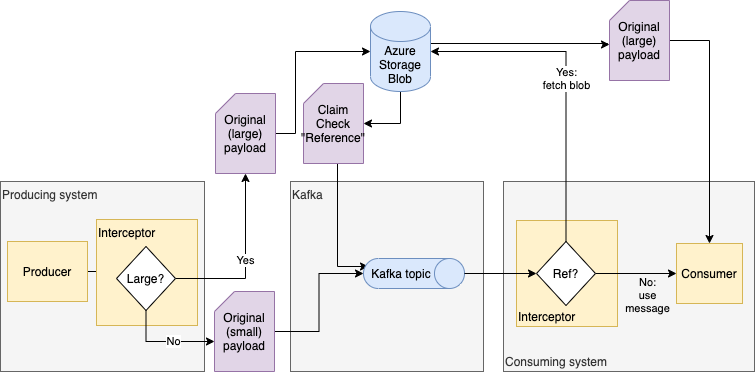
This is docs/claim-check-blob.png from irori-ab/claim-check-interceptors, a draw.io export, as it was before one commit. Source tidied: cells renumbered, new cells last; positions are measured from the earlier drawing's top-left corner, leaving out a move shared by most shapes.
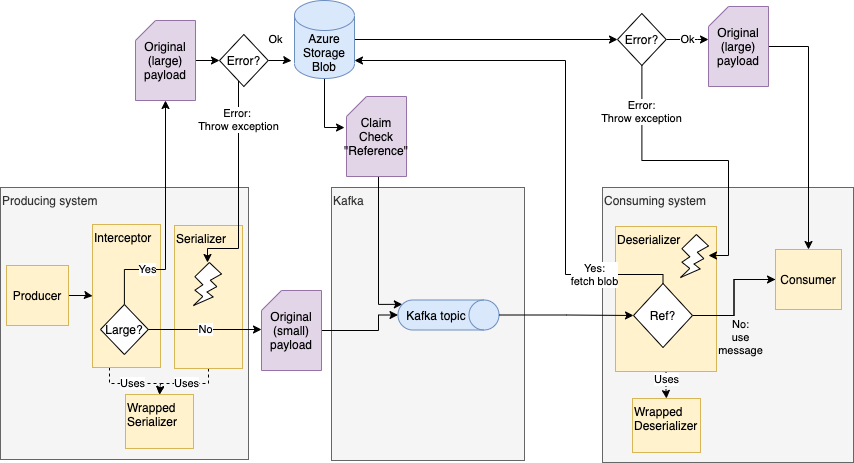
Later version of the same file.

Change to the diagram source:
```diff
@@ -3,113 +3,188 @@
     <mxCell id="0" />
     <mxCell id="1" parent="0" />
     <mxCell id="2" value="Kafka" style="rounded=0;whiteSpace=wrap;html=1;verticalAlign=top;align=left;fillColor=#f5f5f5;strokeColor=#666666;fontColor=#333333;" parent="1" vertex="1">
-      <mxGeometry x="290" y="181" width="193" height="190" as="geometry" />
+      <mxGeometry x="331" y="181" width="193" height="273" as="geometry" />
     </mxCell>
     <mxCell id="3" value="Producing system" style="rounded=0;whiteSpace=wrap;html=1;verticalAlign=top;align=left;fillColor=#f5f5f5;strokeColor=#666666;fontColor=#333333;" parent="1" vertex="1">
-      <mxGeometry y="181" width="204" height="190" as="geometry" />
+      <mxGeometry y="181" width="248" height="272" as="geometry" />
     </mxCell>
-    <mxCell id="4" value="Consuming system" style="rounded=0;whiteSpace=wrap;html=1;verticalAlign=bottom;align=left;fillColor=#f5f5f5;strokeColor=#666666;fontColor=#333333;" parent="1" vertex="1">
-      <mxGeometry x="503" y="181" width="251" height="190" as="geometry" />
+    <mxCell id="4" value="Consuming system" style="rounded=0;whiteSpace=wrap;html=1;verticalAlign=top;align=left;fillColor=#f5f5f5;strokeColor=#666666;fontColor=#333333;" parent="1" vertex="1">
+      <mxGeometry x="602" y="181" width="251" height="275" as="geometry" />
     </mxCell>
-    <mxCell id="5" style="edgeStyle=orthogonalEdgeStyle;rounded=0;jettySize=auto;html=1;entryX=0;entryY=0.55;entryDx=0;entryDy=0;entryPerimeter=0;endArrow=classic;endFill=1;" parent="1" edge="1" source="7" target="23">
-      <mxGeometry relative="1" as="geometry">
-        <Array as="points">
-          <mxPoint x="607" y="43" />
-          <mxPoint x="607" y="44" />
-        </Array>
-      </mxGeometry>
-    </mxCell>
+    <mxCell id="29" style="edgeStyle=orthogonalEdgeStyle;rounded=0;jettySize=auto;html=1;entryX=0;entryY=0.5;entryDx=0;entryDy=0;" parent="1" edge="1" source="7" target="45">
+      <mxGeometry relative="1" as="geometry" />
+    </mxCell>
-    <mxCell id="6" style="edgeStyle=orthogonalEdgeStyle;rounded=0;jettySize=auto;html=1;labelBackgroundColor=none;endArrow=classic;endFill=1;" parent="1" edge="1" source="7" target="14">
+    <mxCell id="6" style="edgeStyle=orthogonalEdgeStyle;rounded=0;jettySize=auto;html=1;entryX=-0.033;entryY=0.388;entryDx=0;entryDy=0;entryPerimeter=0;" parent="1" edge="1" source="7" target="14">
       <mxGeometry relative="1" as="geometry">
         <Array as="points">
-          <mxPoint x="400" y="123" />
+          <mxPoint x="324" y="121" />
         </Array>
       </mxGeometry>
     </mxCell>
     <mxCell id="7" value="Azure Storage Blob" style="shape=cylinder3;whiteSpace=wrap;html=1;boundedLbl=1;backgroundOutline=1;size=15;align=center;fillColor=#dae8fc;strokeColor=#6c8ebf;" parent="1" vertex="1">
-      <mxGeometry x="370" y="11" width="60" height="80" as="geometry" />
+      <mxGeometry x="294" y="-6" width="60" height="78" as="geometry" />
     </mxCell>
     <mxCell id="8" style="edgeStyle=orthogonalEdgeStyle;rounded=0;jettySize=auto;html=1;" parent="1" edge="1" source="9" target="10">
       <mxGeometry relative="1" as="geometry" />
     </mxCell>
     <mxCell id="9" value="Producer" style="rounded=0;whiteSpace=wrap;html=1;align=center;fillColor=#fff2cc;strokeColor=#d6b656;" parent="1" vertex="1">
-      <mxGeometry x="7" y="241" width="80" height="60" as="geometry" />
+      <mxGeometry x="6" y="259" width="62" height="60" as="geometry" />
     </mxCell>
+    <mxCell id="30" value="Uses" style="edgeStyle=orthogonalEdgeStyle;rounded=0;jettySize=auto;html=1;entryX=0.5;entryY=0;entryDx=0;entryDy=0;exitX=0.25;exitY=1;exitDx=0;exitDy=0;dashed=1;" parent="1" edge="1" source="10" target="36">
+      <mxGeometry relative="1" as="geometry">
+        <Array as="points">
+          <mxPoint x="109" y="377" />
+          <mxPoint x="160" y="377" />
+        </Array>
+      </mxGeometry>
+    </mxCell>
     <mxCell id="10" value="Interceptor" style="rounded=0;whiteSpace=wrap;html=1;align=left;fillColor=#fff2cc;strokeColor=#d6b656;verticalAlign=top;" parent="1" vertex="1">
-      <mxGeometry x="96" y="219" width="101" height="106" as="geometry" />
+      <mxGeometry x="92" y="218" width="68" height="143" as="geometry" />
     </mxCell>
-    <mxCell id="11" style="edgeStyle=orthogonalEdgeStyle;rounded=0;jettySize=auto;html=1;entryX=0;entryY=0.5;entryDx=0;entryDy=0;entryPerimeter=0;" parent="1" edge="1" source="12" target="7">
-      <mxGeometry relative="1" as="geometry">
-        <Array as="points">
-          <mxPoint x="295" y="133" />
-          <mxPoint x="295" y="51" />
-        </Array>
-      </mxGeometry>
-    </mxCell>
+    <mxCell id="31" style="edgeStyle=orthogonalEdgeStyle;rounded=0;jettySize=auto;html=1;entryX=0;entryY=0.5;entryDx=0;entryDy=0;" parent="1" edge="1" source="12" target="40">
+      <mxGeometry relative="1" as="geometry" />
+    </mxCell>
     <mxCell id="12" value="Original&lt;br&gt;(large) payload" style="shape=card;whiteSpace=wrap;html=1;align=center;size=20;fillColor=#e1d5e7;strokeColor=#9673a6;" parent="1" vertex="1">
-      <mxGeometry x="215" y="93" width="60" height="80" as="geometry" />
+      <mxGeometry x="135" y="14" width="60" height="80" as="geometry" />
     </mxCell>
-    <mxCell id="13" style="edgeStyle=orthogonalEdgeStyle;rounded=0;jettySize=auto;html=1;" parent="1" edge="1" source="14">
+    <mxCell id="13" style="edgeStyle=orthogonalEdgeStyle;rounded=0;jettySize=auto;html=1;entryX=0.145;entryY=1;entryDx=0;entryDy=-4.35;entryPerimeter=0;" parent="1" edge="1" source="14" target="16">
       <mxGeometry relative="1" as="geometry">
-        <mxPoint x="368" y="266" as="targetPoint" />
         <Array as="points">
-          <mxPoint x="337" y="266" />
-          <mxPoint x="363" y="266" />
+          <mxPoint x="378" y="298" />
         </Array>
       </mxGeometry>
     </mxCell>
     <mxCell id="14" value="Claim Check&lt;br&gt;&quot;Reference&quot;" style="shape=card;whiteSpace=wrap;html=1;align=center;size=20;fillColor=#e1d5e7;strokeColor=#9673a6;" parent="1" vertex="1">
-      <mxGeometry x="303" y="83" width="60" height="80" as="geometry" />
+      <mxGeometry x="346" y="90" width="60" height="80" as="geometry" />
     </mxCell>
+    <mxCell id="32" style="edgeStyle=orthogonalEdgeStyle;rounded=0;jettySize=auto;html=1;" parent="1" edge="1" source="15" target="26">
+      <mxGeometry relative="1" as="geometry" />
+    </mxCell>
     <mxCell id="15" value="Consumer" style="rounded=0;whiteSpace=wrap;html=1;align=center;fillColor=#fff2cc;strokeColor=#d6b656;" parent="1" vertex="1">
-      <mxGeometry x="676" y="243" width="66" height="60" as="geometry" />
+      <mxGeometry x="775" y="243" width="66" height="60" as="geometry" />
     </mxCell>
     <mxCell id="16" value="Kafka topic" style="shape=cylinder3;whiteSpace=wrap;html=1;boundedLbl=1;backgroundOutline=1;size=15;align=center;rotation=90;horizontal=0;fillColor=#dae8fc;strokeColor=#6c8ebf;" parent="1" vertex="1">
-      <mxGeometry x="398.5" y="222.5" width="30" height="101" as="geometry" />
+      <mxGeometry x="433" y="258" width="30" height="101" as="geometry" />
     </mxCell>
     <mxCell id="17" style="edgeStyle=orthogonalEdgeStyle;rounded=0;jettySize=auto;html=1;entryX=0.5;entryY=1;entryDx=0;entryDy=0;entryPerimeter=0;" parent="1" edge="1" source="18" target="16">
-      <mxGeometry relative="1" as="geometry" />
+      <mxGeometry relative="1" as="geometry">
+        <Array as="points">
+          <mxPoint x="378" y="324" />
+          <mxPoint x="378" y="309" />
+        </Array>
+      </mxGeometry>
     </mxCell>
     <mxCell id="18" value="Original&lt;br&gt;(small) payload" style="shape=card;whiteSpace=wrap;html=1;align=center;size=20;fillColor=#e1d5e7;strokeColor=#9673a6;" parent="1" vertex="1">
-      <mxGeometry x="214" y="291" width="60" height="80" as="geometry" />
+      <mxGeometry x="261" y="284" width="60" height="80" as="geometry" />
     </mxCell>
-    <mxCell id="19" value="No" style="edgeStyle=orthogonalEdgeStyle;rounded=0;jettySize=auto;html=1;entryX=0;entryY=0;entryDx=0;entryDy=50;entryPerimeter=0;" parent="1" edge="1" source="21" target="18">
-      <mxGeometry x="0.16" relative="1" as="geometry">
-        <Array as="points">
-          <mxPoint x="146" y="341" />
-        </Array>
-      </mxGeometry>
-    </mxCell>
     <mxCell id="20" value="Yes" style="edgeStyle=orthogonalEdgeStyle;rounded=0;jettySize=auto;html=1;entryX=0.5;entryY=1;entryDx=0;entryDy=0;entryPerimeter=0;" parent="1" edge="1" source="21" target="12">
-      <mxGeometry relative="1" as="geometry" />
+      <mxGeometry x="-0.52" relative="1" as="geometry">
+        <Array as="points">
+          <mxPoint x="124" y="263" />
+          <mxPoint x="165" y="263" />
+        </Array>
+      </mxGeometry>
     </mxCell>
     <mxCell id="21" value="Large?" style="rhombus;whiteSpace=wrap;html=1;" parent="1" vertex="1">
-      <mxGeometry x="116" y="246" width="59" height="64" as="geometry" />
+      <mxGeometry x="100" y="298" width="47.8" height="50" as="geometry" />
     </mxCell>
     <mxCell id="22" style="edgeStyle=orthogonalEdgeStyle;rounded=0;jettySize=auto;html=1;labelBackgroundColor=none;endArrow=classic;endFill=1;" parent="1" edge="1" source="23" target="15">
       <mxGeometry relative="1" as="geometry" />
     </mxCell>
     <mxCell id="23" value="Original&lt;br&gt;(large) payload" style="shape=card;whiteSpace=wrap;html=1;align=center;size=20;fillColor=#e1d5e7;strokeColor=#9673a6;" parent="1" vertex="1">
-      <mxGeometry x="609" width="60" height="80" as="geometry" />
+      <mxGeometry x="708" width="60" height="80" as="geometry" />
     </mxCell>
+    <mxCell id="33" value="Uses" style="edgeStyle=orthogonalEdgeStyle;rounded=0;jettySize=auto;html=1;entryX=0.5;entryY=0;entryDx=0;entryDy=0;dashed=1;" parent="1" edge="1" source="24" target="37">
+      <mxGeometry x="-0.42" relative="1" as="geometry" />
+    </mxCell>
-    <mxCell id="24" value="Interceptor" style="rounded=0;whiteSpace=wrap;html=1;align=left;fillColor=#fff2cc;strokeColor=#d6b656;verticalAlign=bottom;" parent="1" vertex="1">
-      <mxGeometry x="516" y="220" width="101" height="106" as="geometry" />
+    <mxCell id="24" value="Deserializer" style="rounded=0;whiteSpace=wrap;html=1;align=left;fillColor=#fff2cc;strokeColor=#d6b656;verticalAlign=top;" parent="1" vertex="1">
+      <mxGeometry x="615" y="220" width="101" height="145" as="geometry" />
     </mxCell>
     <mxCell id="25" value="No:&lt;br&gt;use&lt;br&gt;message" style="edgeStyle=orthogonalEdgeStyle;rounded=0;jettySize=auto;html=1;endArrow=classic;endFill=1;labelBackgroundColor=none;" parent="1" edge="1" source="26" target="15">
-      <mxGeometry x="0.28" y="-22" relative="1" as="geometry" />
+      <mxGeometry x="-0.3" y="-22" relative="1" as="geometry">
+        <mxPoint x="-16" y="22" as="offset" />
+      </mxGeometry>
     </mxCell>
     <mxCell id="26" value="Ref?" style="rhombus;whiteSpace=wrap;html=1;" parent="1" vertex="1">
-      <mxGeometry x="536" y="241" width="59" height="64" as="geometry" />
+      <mxGeometry x="633" y="277" width="59" height="64" as="geometry" />
     </mxCell>
-    <mxCell id="27" value="Yes:&lt;br&gt;fetch blob" style="edgeStyle=orthogonalEdgeStyle;rounded=0;jettySize=auto;html=1;entryX=1;entryY=0.5;entryDx=0;entryDy=0;entryPerimeter=0;endArrow=classic;endFill=1;exitX=0.5;exitY=0;exitDx=0;exitDy=0;" parent="1" edge="1" source="26" target="7">
-      <mxGeometry relative="1" as="geometry">
+    <mxCell id="27" value="Yes:&lt;br&gt;fetch blob" style="edgeStyle=orthogonalEdgeStyle;rounded=0;jettySize=auto;html=1;endArrow=classic;endFill=1;exitX=0.5;exitY=0;exitDx=0;exitDy=0;" parent="1" edge="1" source="26">
+      <mxGeometry x="-0.7" relative="1" as="geometry">
+        <mxPoint x="354" y="54" as="targetPoint" />
         <Array as="points">
-          <mxPoint x="565" y="51" />
+          <mxPoint x="663" y="268" />
+          <mxPoint x="565" y="268" />
+          <mxPoint x="565" y="54" />
         </Array>
+        <mxPoint x="1" as="offset" />
       </mxGeometry>
     </mxCell>
     <mxCell id="28" style="edgeStyle=orthogonalEdgeStyle;rounded=0;jettySize=auto;html=1;entryX=0;entryY=0.5;entryDx=0;entryDy=0;" parent="1" edge="1" source="16" target="26">
       <mxGeometry relative="1" as="geometry" />
     </mxCell>
+    <mxCell id="34" value="Uses" style="edgeStyle=orthogonalEdgeStyle;rounded=0;jettySize=auto;html=1;entryX=0.5;entryY=0;entryDx=0;entryDy=0;dashed=1;" parent="1" edge="1" source="35" target="36">
+      <mxGeometry relative="1" as="geometry">
+        <Array as="points">
+          <mxPoint x="208" y="377" />
+          <mxPoint x="160" y="377" />
+        </Array>
+      </mxGeometry>
+    </mxCell>
+    <mxCell id="35" value="Serializer" style="rounded=0;whiteSpace=wrap;html=1;align=left;fillColor=#fff2cc;strokeColor=#d6b656;verticalAlign=top;" parent="1" vertex="1">
+      <mxGeometry x="174" y="219" width="68" height="143" as="geometry" />
+    </mxCell>
+    <mxCell id="36" value="Wrapped&lt;br&gt;Serializer" style="rounded=0;whiteSpace=wrap;html=1;align=left;fillColor=#fff2cc;strokeColor=#d6b656;verticalAlign=top;" parent="1" vertex="1">
+      <mxGeometry x="125" y="388" width="68" height="54" as="geometry" />
+    </mxCell>
+    <mxCell id="37" value="Wrapped&lt;br&gt;Deserializer" style="rounded=0;whiteSpace=wrap;html=1;align=left;fillColor=#fff2cc;strokeColor=#d6b656;verticalAlign=top;" parent="1" vertex="1">
+      <mxGeometry x="632" y="392" width="68" height="54" as="geometry" />
+    </mxCell>
+    <mxCell id="19" value="No" style="edgeStyle=orthogonalEdgeStyle;rounded=0;jettySize=auto;html=1;" parent="1" edge="1" source="21" target="18">
+      <mxGeometry relative="1" as="geometry">
+        <Array as="points">
+          <mxPoint x="294" y="348" />
+        </Array>
+      </mxGeometry>
+    </mxCell>
+    <mxCell id="38" value="Ok" style="edgeStyle=orthogonalEdgeStyle;rounded=0;jettySize=auto;html=1;entryX=-0.05;entryY=0.773;entryDx=0;entryDy=0;entryPerimeter=0;" parent="1" edge="1" source="40" target="7">
+      <mxGeometry x="-0.43" y="21" relative="1" as="geometry" />
+    </mxCell>
+    <mxCell id="39" value="Error:&amp;nbsp;&lt;br&gt;Throw exception" style="edgeStyle=orthogonalEdgeStyle;rounded=0;jettySize=auto;html=1;" parent="1" edge="1" source="40" target="41">
+      <mxGeometry x="-0.64" relative="1" as="geometry">
+        <Array as="points">
+          <mxPoint x="238" y="242" />
+          <mxPoint x="207" y="242" />
+        </Array>
+      </mxGeometry>
+    </mxCell>
+    <mxCell id="40" value="Error?" style="rhombus;whiteSpace=wrap;html=1;" parent="1" vertex="1">
+      <mxGeometry x="219" y="28" width="48.7" height="52" as="geometry" />
+    </mxCell>
+    <mxCell id="41" style="verticalLabelPosition=bottom;verticalAlign=top;html=1;shape=mxgraph.basic.flash;" parent="1" vertex="1">
+      <mxGeometry x="193" y="256" width="28" height="43" as="geometry" />
+    </mxCell>
+    <mxCell id="42" style="verticalLabelPosition=bottom;verticalAlign=top;html=1;shape=mxgraph.basic.flash;" parent="1" vertex="1">
+      <mxGeometry x="680" y="228" width="28" height="43" as="geometry" />
+    </mxCell>
+    <mxCell id="43" value="Ok" style="edgeStyle=orthogonalEdgeStyle;rounded=0;jettySize=auto;html=1;" parent="1" edge="1" source="45" target="23">
+      <mxGeometry relative="1" as="geometry">
+        <Array as="points">
+          <mxPoint x="697" y="33" />
+          <mxPoint x="697" y="33" />
+        </Array>
+      </mxGeometry>
+    </mxCell>
+    <mxCell id="44" value="Error:&lt;br&gt;Throw exception" style="edgeStyle=orthogonalEdgeStyle;rounded=0;jettySize=auto;html=1;" parent="1" edge="1" source="45" target="42">
+      <mxGeometry x="-0.69" relative="1" as="geometry">
+        <Array as="points">
+          <mxPoint x="641" y="154" />
+          <mxPoint x="728" y="154" />
+          <mxPoint x="728" y="249" />
+        </Array>
+      </mxGeometry>
+    </mxCell>
+    <mxCell id="45" value="Error?" style="rhombus;whiteSpace=wrap;html=1;" parent="1" vertex="1">
+      <mxGeometry x="617" y="7" width="48.7" height="52" as="geometry" />
+    </mxCell>
   </root>
 </mxGraphModel>
```
